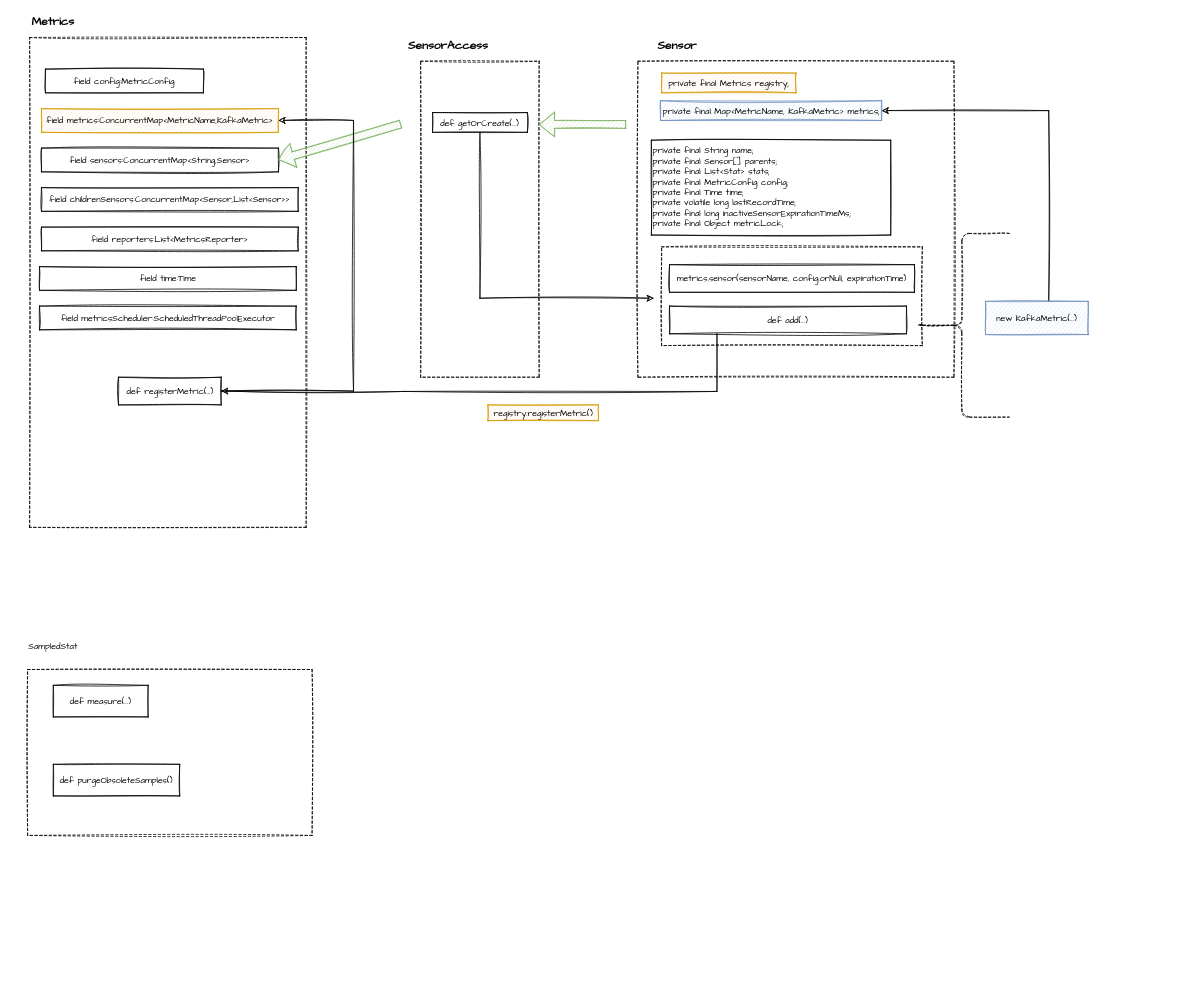
Earlier version of the draw.io diagram page "Metrics" (6 of 6) of Drawio/Kafka.drawio (xinzhuxiansheng/blog-notes). Source tidied: cells renumbered, new cells numbered last; positions are measured from the earlier drawing's top-left corner, leaving out a move shared by most shapes. Both pictures are drawn from the tidied source at 79%, with x=0, y=0 at pixel (13, 13).
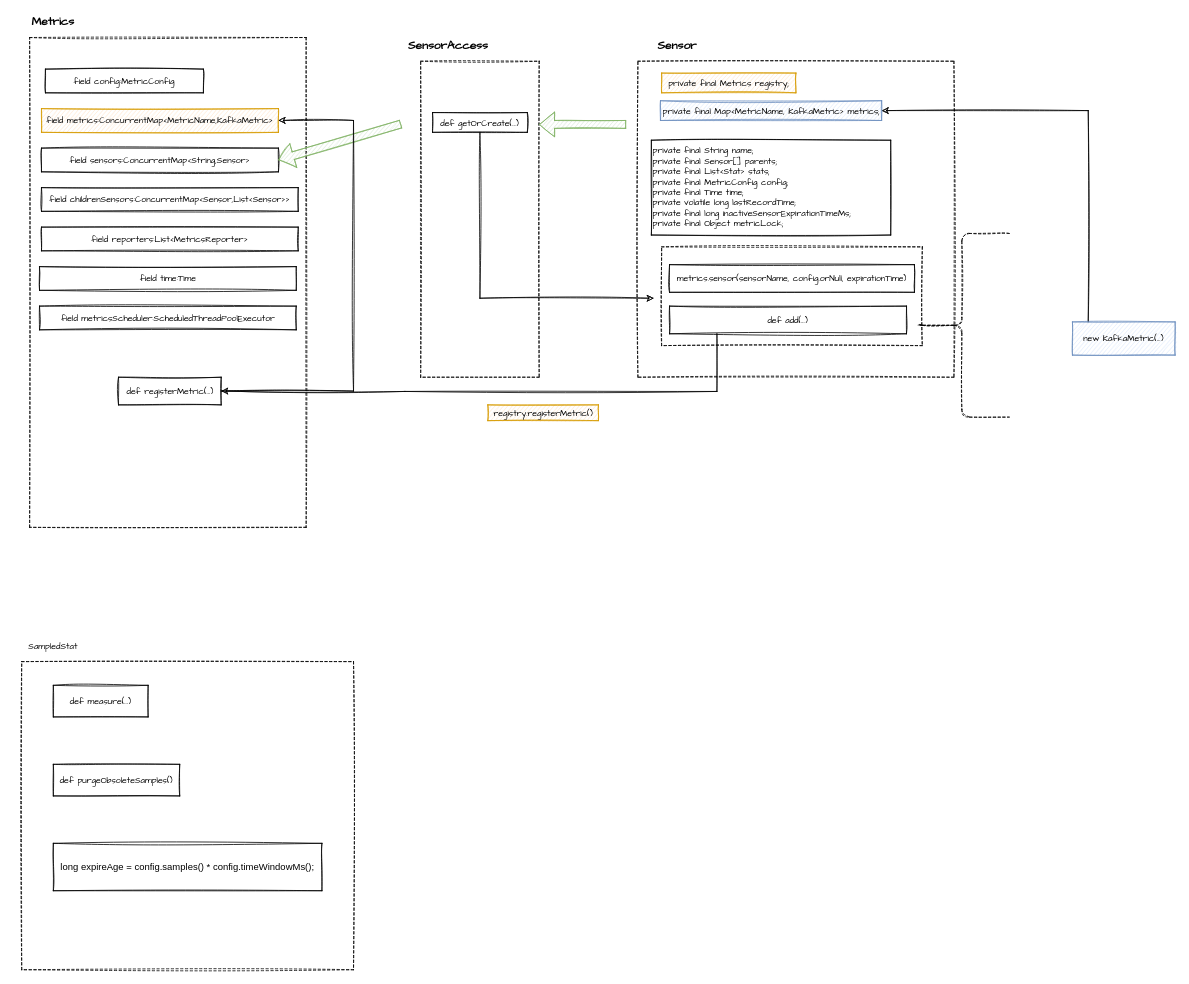
Above is the later version.

The change refers to these unchanged cells:
```xml
<mxCell id="31" value="&lt;span style=&quot;text-align: left&quot;&gt;private final Map&amp;lt;MetricName, KafkaMetric&amp;gt; metrics;&lt;/span&gt;" style="rounded=0;whiteSpace=wrap;html=1;sketch=1;fillColor=#dae8fc;fontFamily=Comic Sans MS;fontSize=11;align=center;strokeColor=#6c8ebf;" parent="1" vertex="1">
  <mxGeometry x="818.5" y="110" width="280" height="25" as="geometry" />
</mxCell>
```

The edit, as a diff of the source:
```diff
@@
     <mxCell id="29" style="edgeStyle=orthogonalEdgeStyle;rounded=0;sketch=1;jettySize=auto;html=1;entryX=1;entryY=0.5;entryDx=0;entryDy=0;fontFamily=Comic Sans MS;fontSize=11;" parent="1" edge="1" source="30" target="31">
       <mxGeometry relative="1" as="geometry">
         <Array as="points">
-          <mxPoint x="1310" y="123" />
+          <mxPoint x="1360" y="123" />
         </Array>
       </mxGeometry>
     </mxCell>
     <mxCell id="30" value="&lt;div&gt;new KafkaMetric(...)&lt;/div&gt;" style="rounded=0;whiteSpace=wrap;html=1;sketch=1;fillColor=#dae8fc;fontFamily=Comic Sans MS;fontSize=11;align=center;strokeColor=#6c8ebf;" parent="1" vertex="1">
-      <mxGeometry x="1230" y="364" width="130" height="42" as="geometry" />
+      <mxGeometry x="1340" y="390" width="130" height="42" as="geometry" />
     </mxCell>
@@
     <mxCell id="32" style="rounded=0;whiteSpace=wrap;html=1;sketch=1;fillColor=none;fontFamily=Comic Sans MS;fontSize=11;align=center;dashed=1;" parent="1" vertex="1">
-      <mxGeometry x="17.5" y="830" width="360" height="210" as="geometry" />
+      <mxGeometry x="10" y="820" width="420" height="390" as="geometry" />
     </mxCell>
@@
+    <mxCell id="36" value="long expireAge = config.samples() * config.timeWindowMs();" style="rounded=0;whiteSpace=wrap;html=1;sketch=1;" parent="1" vertex="1">
+      <mxGeometry x="50" y="1050" width="340" height="60" as="geometry" />
+    </mxCell>
```
